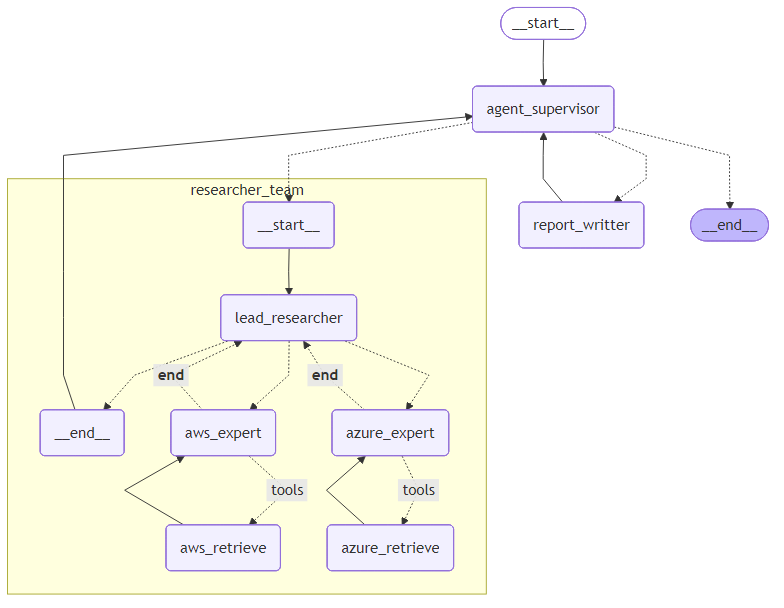
This is app/graph_diagrams/orchestratorflow.png from EmersonFariaOliveira/AI-Engineering, a Mermaid export, as it was before one commit. Its source is kept beside it as app/graph_diagrams/orchestratorflow.mmd.
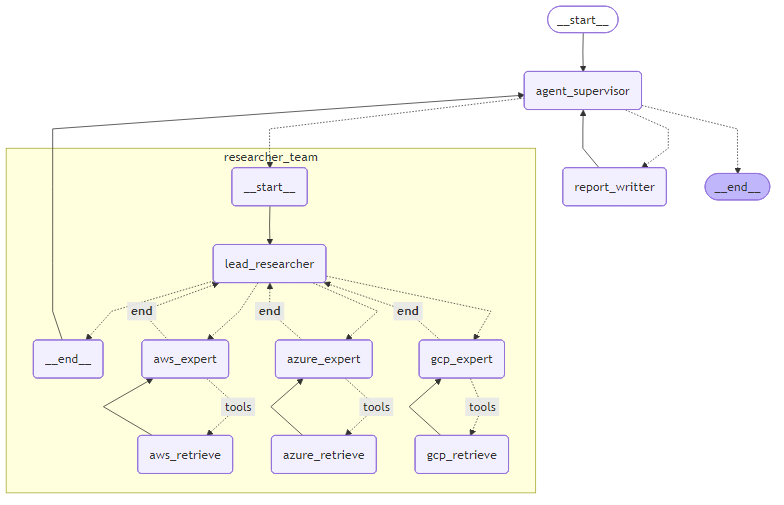
Above is the later version.

Commit message:
Adding an real API for GPC expert to call and consume the data

Change to the diagram source:
```diff
@@ -21,6 +21,8 @@
 	researcher_team\3aaws_retrieve(aws_retrieve)
 	researcher_team\3aazure_expert(azure_expert)
 	researcher_team\3aazure_retrieve(azure_retrieve)
+	researcher_team\3agcp_expert(gcp_expert)
+	researcher_team\3agcp_retrieve(gcp_retrieve)
 	researcher_team\3a__end__(<p>__end__</p>)
 	researcher_team\3a__start__ --> researcher_team\3alead_researcher;
 	researcher_team\3aaws_expert -. &nbsp;tools&nbsp; .-> researcher_team\3aaws_retrieve;
@@ -29,9 +31,13 @@
 	researcher_team\3aazure_expert -. &nbsp;tools&nbsp; .-> researcher_team\3aazure_retrieve;
 	researcher_team\3aazure_expert -. &nbsp;__end__&nbsp; .-> researcher_team\3alead_researcher;
 	researcher_team\3aazure_retrieve --> researcher_team\3aazure_expert;
+	researcher_team\3agcp_expert -. &nbsp;tools&nbsp; .-> researcher_team\3agcp_retrieve;
+	researcher_team\3agcp_expert -. &nbsp;__end__&nbsp; .-> researcher_team\3alead_researcher;
+	researcher_team\3agcp_retrieve --> researcher_team\3agcp_expert;
 	researcher_team\3alead_researcher -.-> researcher_team\3a__end__;
 	researcher_team\3alead_researcher -.-> researcher_team\3aaws_expert;
 	researcher_team\3alead_researcher -.-> researcher_team\3aazure_expert;
+	researcher_team\3alead_researcher -.-> researcher_team\3agcp_expert;
 	end
 	classDef default fill:#f2f0ff,line-height:1.2
 	classDef first fill-opacity:0
```
